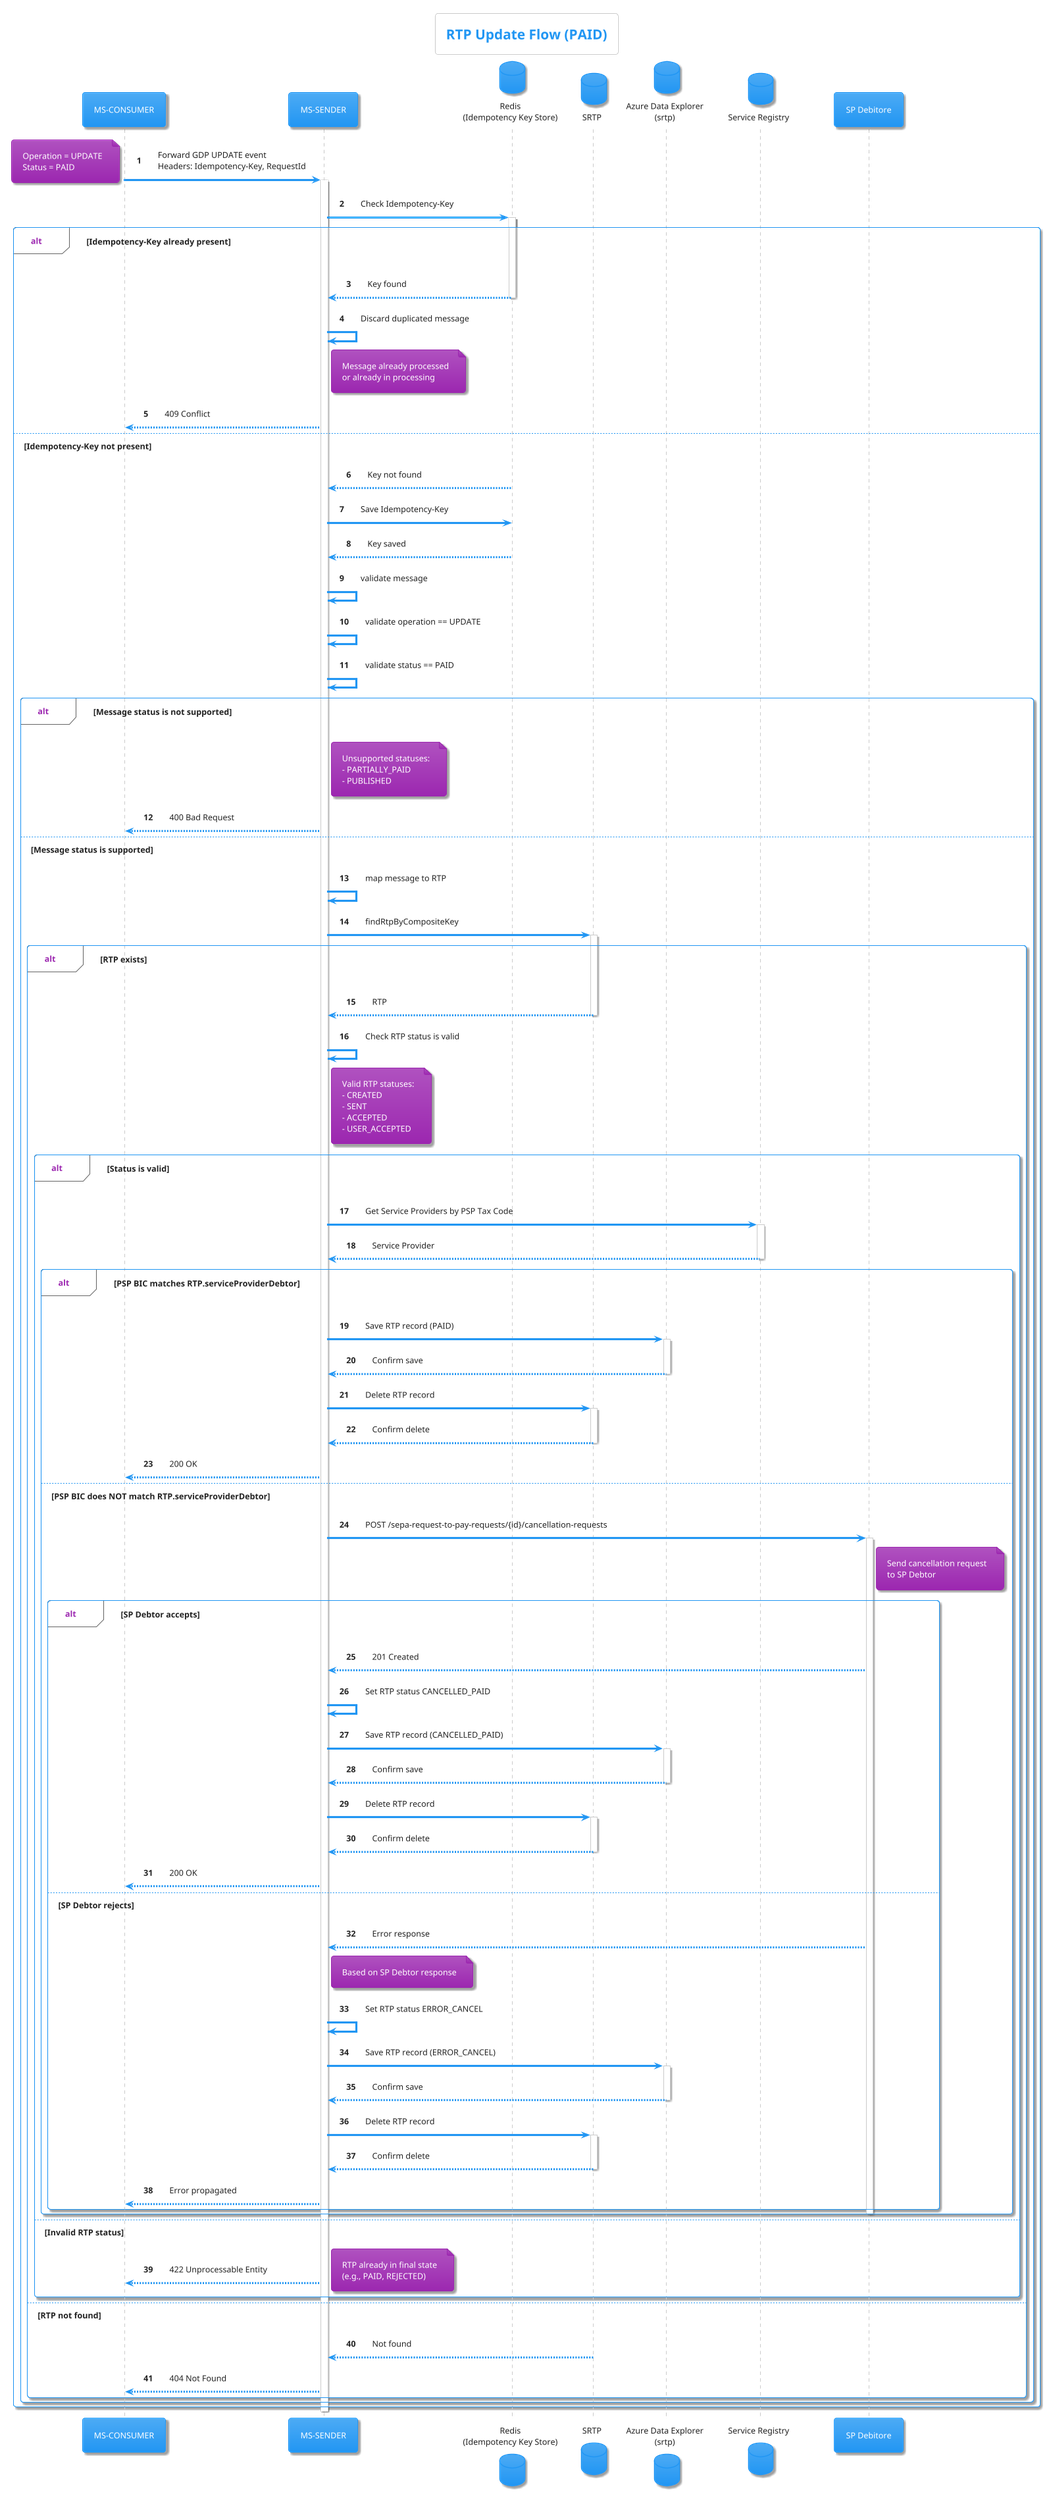
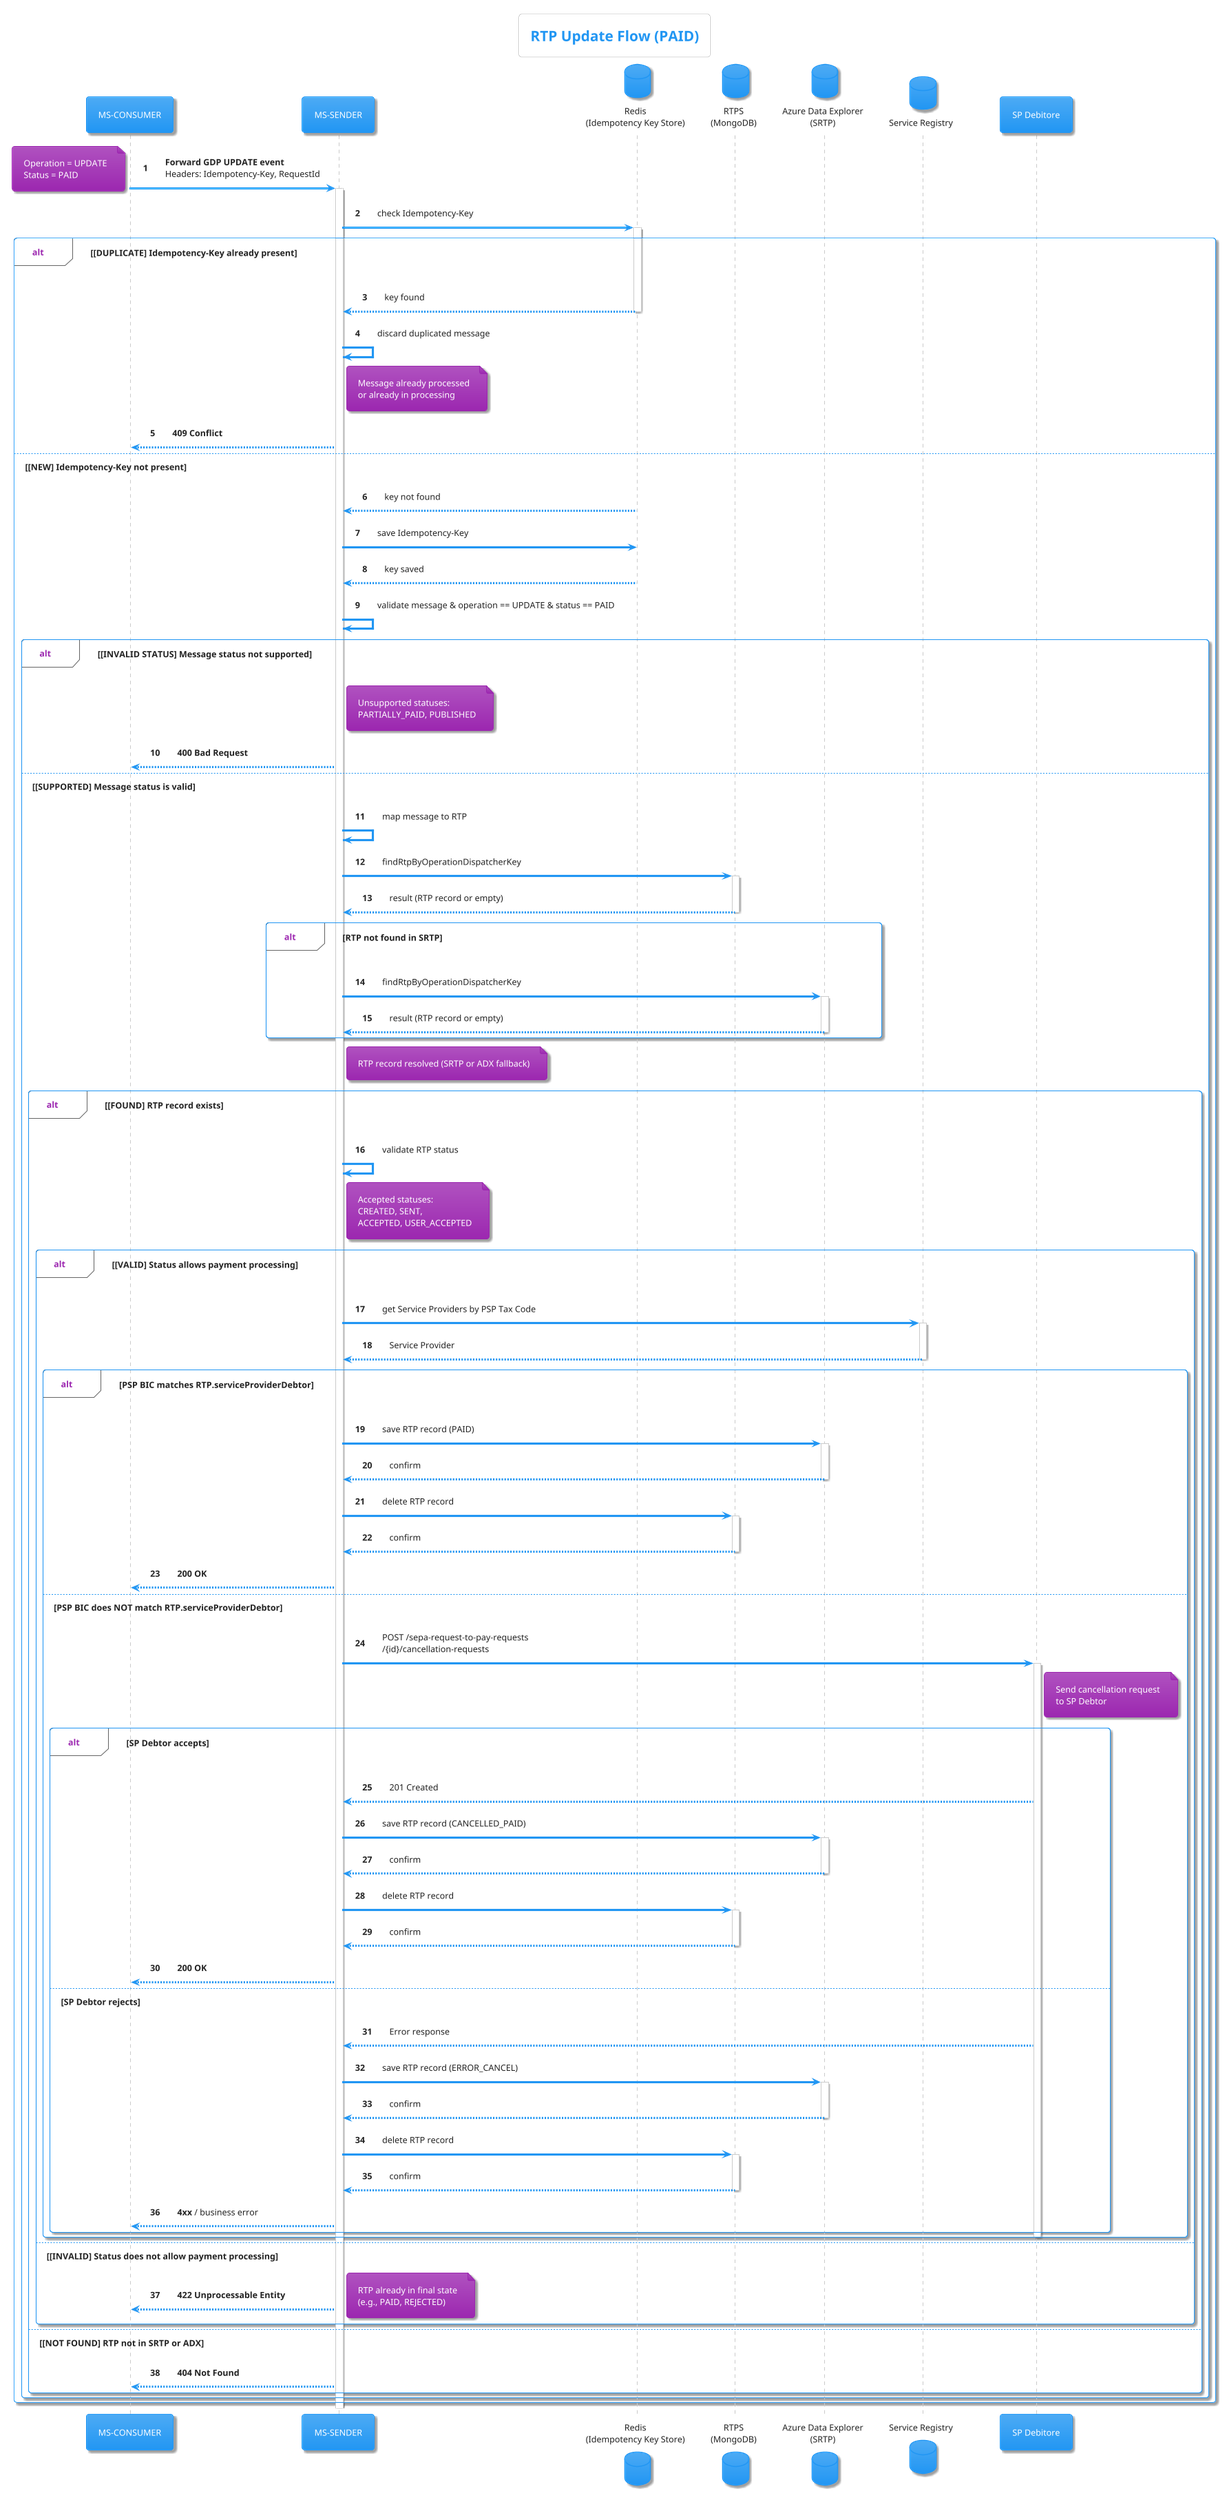
@startuml

!theme materia

title RTP Update Flow (PAID)

participant "MS-CONSUMER" as CONSUMER
participant "MS-SENDER" as SENDER
database "Redis\n(Idempotency Key Store)" as REDIS
- database "SRTP" as SRTP
- database "Azure Data Explorer\n(srtp)" as ADX
+ database "RTPS\n(MongoDB)" as SRTP
+ database "Azure Data Explorer\n(SRTP)" as ADX
database "Service Registry" as Registry
participant "SP Debitore" as SPD

autonumber

- CONSUMER -> SENDER: Forward GDP UPDATE event\nHeaders: Idempotency-Key, RequestId
+ CONSUMER -> SENDER: **Forward GDP UPDATE event**\nHeaders: Idempotency-Key, RequestId
note left
  Operation = UPDATE
  Status = PAID
end note

activate SENDER

- SENDER -> REDIS: Check Idempotency-Key
+ SENDER -> REDIS: check Idempotency-Key
activate REDIS

- alt Idempotency-Key already present
-   REDIS --> SENDER: Key found
+ alt **[DUPLICATE] Idempotency-Key already present**
+   REDIS --> SENDER: key found
  deactivate REDIS
- 
-   SENDER -> SENDER: Discard duplicated message
+   SENDER -> SENDER: discard duplicated message
  note right of SENDER
    Message already processed
    or already in processing
  end note
+   SENDER --> CONSUMER: **409 Conflict**

-   SENDER --> CONSUMER: 409 Conflict
- 
- else Idempotency-Key not present
-   REDIS --> SENDER: Key not found
-   SENDER -> REDIS: Save Idempotency-Key
-   REDIS --> SENDER: Key saved
+ else **[NEW] Idempotency-Key not present**
+   REDIS --> SENDER: key not found
+   SENDER -> REDIS: save Idempotency-Key
+   REDIS --> SENDER: key saved
  deactivate REDIS

-   SENDER -> SENDER: validate message
-   SENDER -> SENDER: validate operation == UPDATE
-   SENDER -> SENDER: validate status == PAID
+   SENDER -> SENDER: validate message & operation == UPDATE & status == PAID

-   alt Message status is not supported
+   alt **[INVALID STATUS] Message status not supported**
    note right of SENDER
      Unsupported statuses:
-       - PARTIALLY_PAID
-       - PUBLISHED
+       PARTIALLY_PAID, PUBLISHED
    end note
-     SENDER --> CONSUMER: 400 Bad Request
+     SENDER --> CONSUMER: **400 Bad Request**

-   else Message status is supported
+   else **[SUPPORTED] Message status is valid**
    SENDER -> SENDER: map message to RTP

-     SENDER -> SRTP: findRtpByCompositeKey
+     SENDER -> SRTP: findRtpByOperationDispatcherKey
    activate SRTP
+     SRTP --> SENDER: result (RTP record or empty)
+     deactivate SRTP

-     alt RTP exists
-       SRTP --> SENDER: RTP
-       deactivate SRTP
+     alt **RTP not found in SRTP**
+       SENDER -> ADX: findRtpByOperationDispatcherKey
+       activate ADX
+       ADX --> SENDER: result (RTP record or empty)
+       deactivate ADX
+     end
+     note right of SENDER: RTP record resolved (SRTP or ADX fallback)

-       SENDER -> SENDER: Check RTP status is valid
+     alt **[FOUND] RTP record exists**
+ 
+       SENDER -> SENDER: validate RTP status
      note right of SENDER
-         Valid RTP statuses:
-         - CREATED
-         - SENT
-         - ACCEPTED
-         - USER_ACCEPTED
+         Accepted statuses:
+         CREATED, SENT,
+         ACCEPTED, USER_ACCEPTED
      end note

-       alt Status is valid
-         SENDER -> Registry: Get Service Providers by PSP Tax Code
+       alt **[VALID] Status allows payment processing**
+         SENDER -> Registry: get Service Providers by PSP Tax Code
        activate Registry
        Registry --> SENDER: Service Provider
        deactivate Registry

-         alt PSP BIC matches RTP.serviceProviderDebtor
-           SENDER -> ADX: Save RTP record (PAID)
+         alt **PSP BIC matches RTP.serviceProviderDebtor**
+           SENDER -> ADX: save RTP record (PAID)
          activate ADX
-           ADX --> SENDER: Confirm save
+           ADX --> SENDER: confirm
          deactivate ADX
-           SENDER -> SRTP: Delete RTP record
+           SENDER -> SRTP: delete RTP record
          activate SRTP
-           SRTP --> SENDER: Confirm delete
+           SRTP --> SENDER: confirm
          deactivate SRTP
-           SENDER --> CONSUMER: 200 OK
+           SENDER --> CONSUMER: **200 OK**

-         else PSP BIC does NOT match RTP.serviceProviderDebtor
-           SENDER -> SPD: POST /sepa-request-to-pay-requests/{id}/cancellation-requests
-           note right of SPD
-             Send cancellation request
-             to SP Debtor
-           end note
+         else **PSP BIC does NOT match RTP.serviceProviderDebtor**
+           SENDER -> SPD: POST /sepa-request-to-pay-requests\n/{id}/cancellation-requests
+           note right of SPD: Send cancellation request\nto SP Debtor
          activate SPD

-           alt SP Debtor accepts
+           alt **SP Debtor accepts**
            SPD --> SENDER: 201 Created
-             SENDER -> SENDER: Set RTP status CANCELLED_PAID
-             SENDER -> ADX: Save RTP record (CANCELLED_PAID)
+             SENDER -> ADX: save RTP record (CANCELLED_PAID)
            activate ADX
-             ADX --> SENDER: Confirm save
+             ADX --> SENDER: confirm
            deactivate ADX
-             SENDER -> SRTP: Delete RTP record
+             SENDER -> SRTP: delete RTP record
            activate SRTP
-             SRTP --> SENDER: Confirm delete
+             SRTP --> SENDER: confirm
            deactivate SRTP
-             SENDER --> CONSUMER: 200 OK
+             SENDER --> CONSUMER: **200 OK**

-           else SP Debtor rejects
+           else **SP Debtor rejects**
            SPD --> SENDER: Error response
-             note right of SENDER
-               Based on SP Debtor response
-             end note
-             SENDER -> SENDER: Set RTP status ERROR_CANCEL
-             SENDER -> ADX: Save RTP record (ERROR_CANCEL)
+             SENDER -> ADX: save RTP record (ERROR_CANCEL)
            activate ADX
-             ADX --> SENDER: Confirm save
+             ADX --> SENDER: confirm
            deactivate ADX
-             SENDER -> SRTP: Delete RTP record
+             SENDER -> SRTP: delete RTP record
            activate SRTP
-             SRTP --> SENDER: Confirm delete
+             SRTP --> SENDER: confirm
            deactivate SRTP
-             SENDER --> CONSUMER: Error propagated
+             SENDER --> CONSUMER: **4xx** / business error
          end

          deactivate SPD
        end

-       else Invalid RTP status
-         SENDER --> CONSUMER: 422 Unprocessable Entity
-         note right
-           RTP already in final state
-           (e.g., PAID, REJECTED)
-         end note
+       else **[INVALID] Status does not allow payment processing**
+         SENDER --> CONSUMER: **422 Unprocessable Entity**
+         note right: RTP already in final state\n(e.g., PAID, REJECTED)
      end

-     else RTP not found
-       SRTP --> SENDER: Not found
-       deactivate SRTP
-       SENDER --> CONSUMER: 404 Not Found
+     else **[NOT FOUND] RTP not in SRTP or ADX**
+       SENDER --> CONSUMER: **404 Not Found**
    end
+ 
  end
end

deactivate SENDER
+ 
@enduml